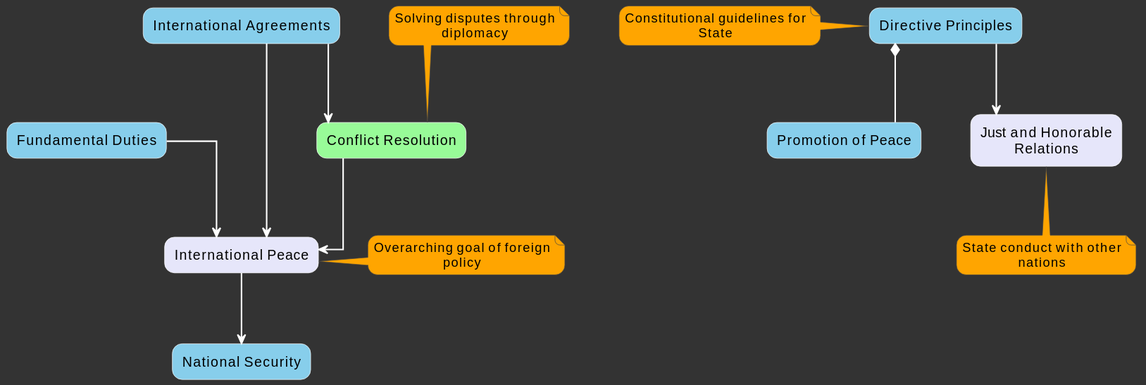
Before: tele_2.svg, a diagram exported from PlantUML (bolibazaar/upsc_sol_assets).
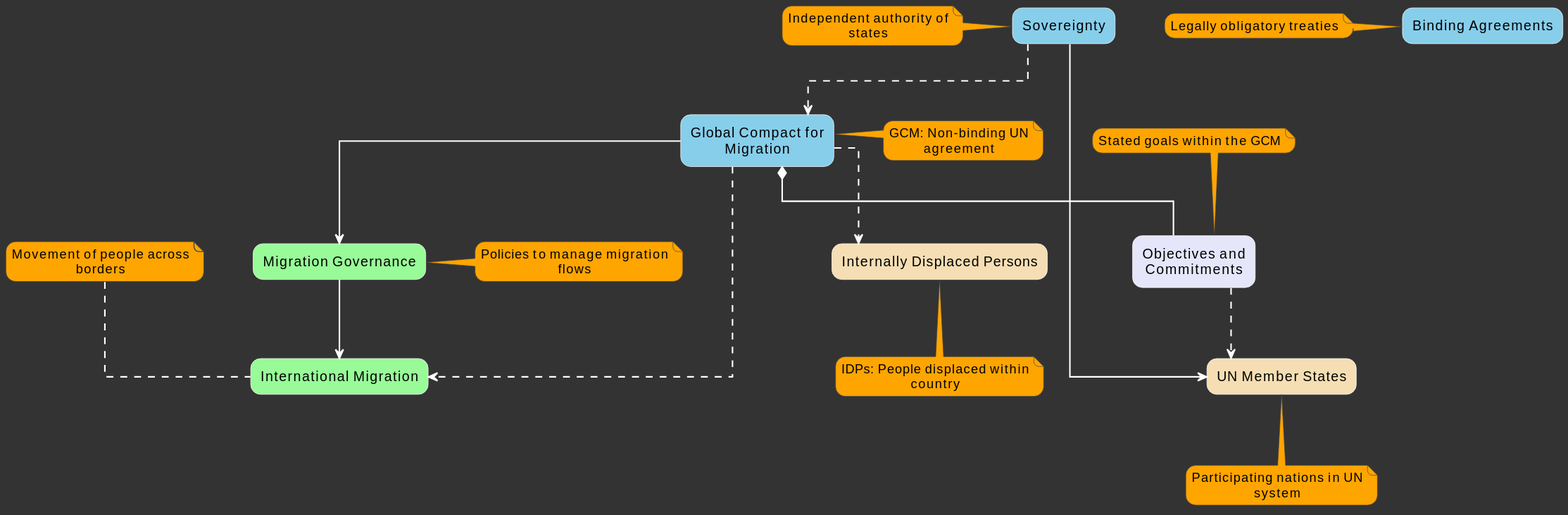
The same diagram one commit later.

Change to the diagram source:
```diff
@@ -20,38 +20,56 @@
 skinparam rectangleFontColor black
 skinparam rectangleBorderColor white
 
-rectangle "National Security" #87CEEB
-rectangle "Directive Principles" #87CEEB
-rectangle "Promotion of Peace" #87CEEB
-rectangle "Fundamental Duties" #87CEEB
-rectangle "International Agreements" #87CEEB
+rectangle "Global Compact for Migration" #87CEEB
+rectangle "Sovereignty" #87CEEB
+rectangle "Binding Agreements" #87CEEB
 
-rectangle "Conflict Resolution" #98FB98
+rectangle "UN Member States" #F5DEB3
+rectangle "Internally Displaced Persons" #F5DEB3
 
-rectangle "International Peace" #E6E6FA
-rectangle "Just and Honorable Relations" #E6E6FA
+rectangle "International Migration" #98FB98
+rectangle "Migration Governance" #98FB98
 
-"International Peace" --> "National Security"
-"Directive Principles" *-- "Promotion of Peace"
-"Directive Principles" --> "Just and Honorable Relations"
-"International Agreements" --> "International Peace"
-"International Agreements" --> "Conflict Resolution"
-"Conflict Resolution" --> "International Peace"
-"Fundamental Duties" --> "International Peace"
+rectangle "Objectives and Commitments" #E6E6FA
 
-note right of "International Peace"
-  Overarching goal of foreign policy
+"Global Compact for Migration" ..> "International Migration"
+"Global Compact for Migration" --> "Migration Governance"
+"Global Compact for Migration" *-- "Objectives and Commitments"
+"Objectives and Commitments" ..> "UN Member States"
+"Sovereignty" ==> "UN Member States"
+"Sovereignty" ..> "Global Compact for Migration"
+"Global Compact for Migration" ..> "Internally Displaced Persons"
+"Migration Governance" --> "International Migration"
+
+note right of "Global Compact for Migration"
+  GCM: Non-binding UN agreement
 end note
 
-note left of "Directive Principles"
-  Constitutional guidelines for State
+note left of "Sovereignty"
+  Independent authority of states
 end note
 
-note top of "Conflict Resolution"
-  Solving disputes through diplomacy
+note bottom of "UN Member States"
+  Participating nations in UN system
 end note
 
-note bottom of "Just and Honorable Relations"
-  State conduct with other nations
+note top of "International Migration"
+  Movement of people across borders
+end note
+
+note right of "Migration Governance"
+  Policies to manage migration flows
+end note
+
+note bottom of "Internally Displaced Persons"
+  IDPs: People displaced within country
+end note
+
+note top of "Objectives and Commitments"
+  Stated goals within the GCM
+end note
+
+note left of "Binding Agreements"
+  Legally obligatory treaties
 end note
 @enduml
```
